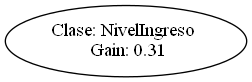
AlejandroFNadal/ia_decision_trees keeps this Graphviz diagram as test_output/gain.png. Above is the earlier version. Its source is kept beside it as test_output/gain.dot.
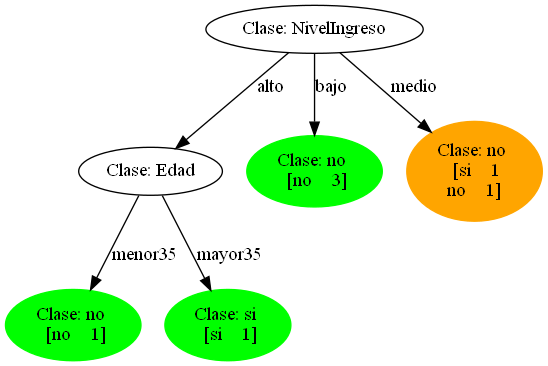
The same file after the commit.

Diff of the diagram source:
```diff
@@ -1,4 +1,18 @@
 digraph {
-	0 [label="Clase: NivelIngreso
- Gain: 0.31"]
+	0 [label="Clase: NivelIngreso"]
+	1 [label="Clase: Edad"]
+	0 -> 1 [label=alto splines=line]
+	2 [label="Clase: no
+ [no    1]" color=green style=filled]
+	1 -> 2 [label=menor35 splines=line]
+	3 [label="Clase: si
+ [si    1]" color=green style=filled]
+	1 -> 3 [label=mayor35 splines=line]
+	4 [label="Clase: no
+ [no    3]" color=green style=filled]
+	0 -> 4 [label=bajo splines=line]
+	5 [label="Clase: no
+ [si    1
+no    1]" color=orange style=filled]
+	0 -> 5 [label=medio splines=line]
 }
```
